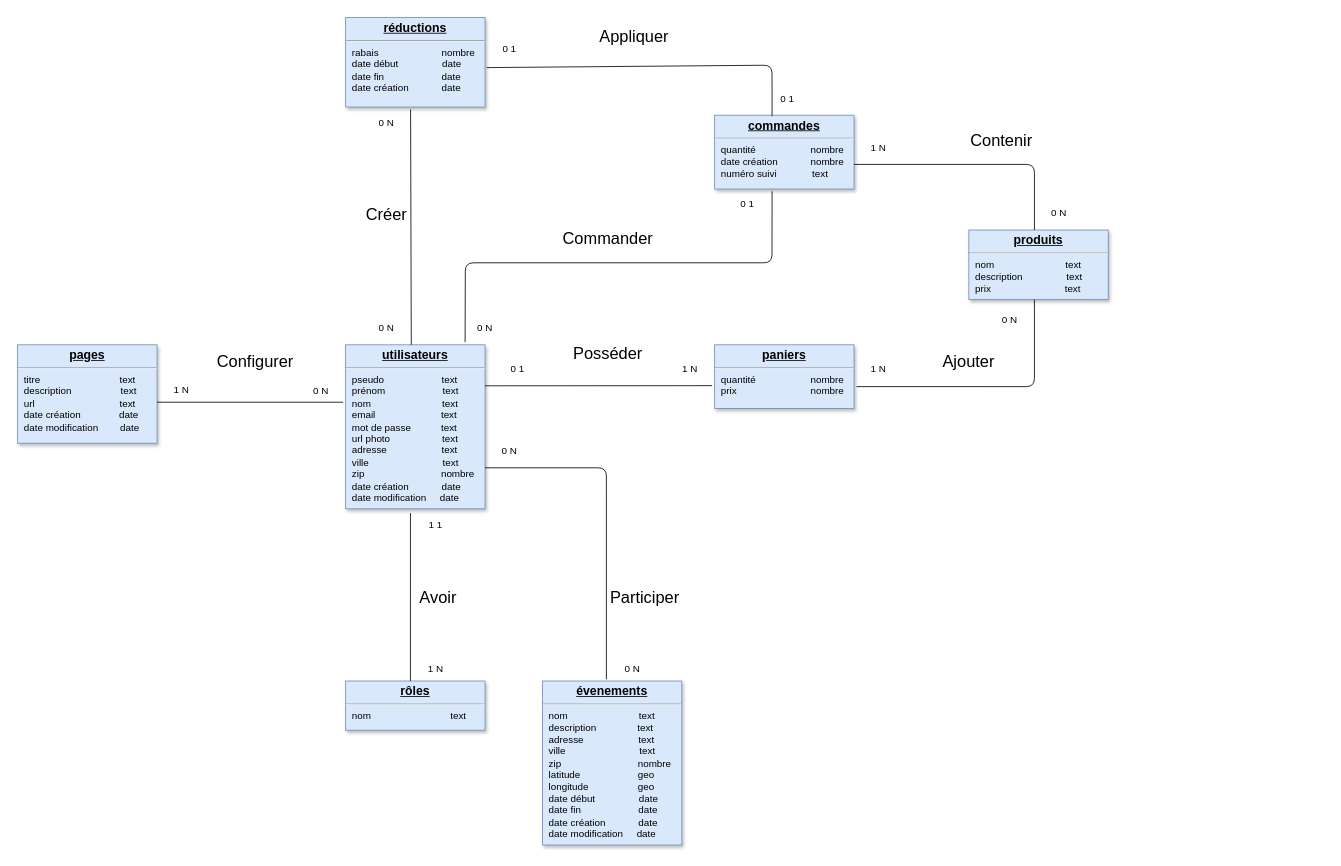
besSejrani/MA-08 keeps this draw.io diagram as Sql/MCD Snowboard.drawio. Above is the earlier version. Source tidied: cells renumbered, new cells numbered last; positions are measured from the earlier drawing's top-left corner, leaving out a move shared by most shapes. Both pictures are drawn from the tidied source at 82%, with x=0, y=0 at pixel (17, 17).
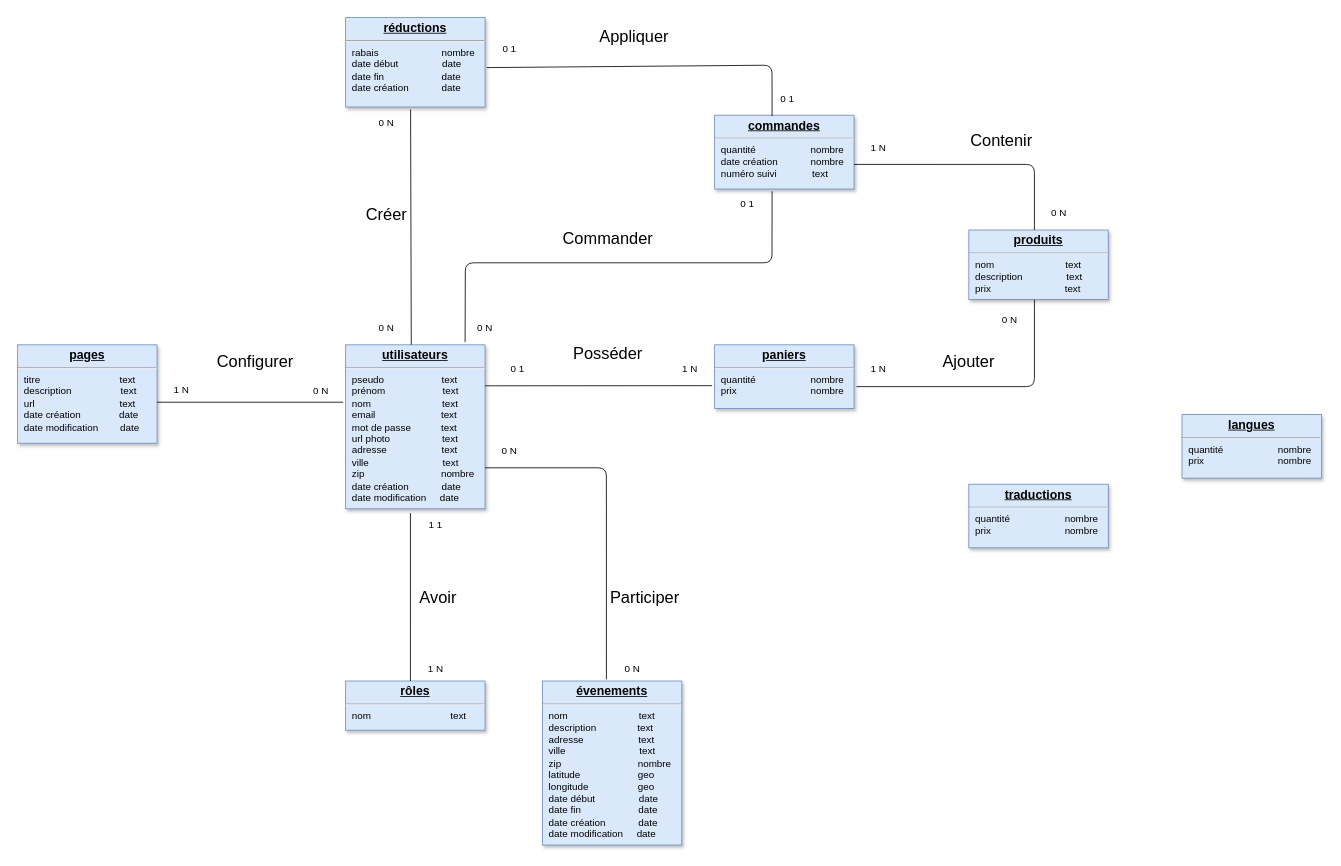
After the change.

The edit, as a diff of the source:
```diff
@@
+    <mxCell id="46" value="&lt;p style=&quot;margin: 0px ; margin-top: 4px ; text-align: center ; text-decoration: underline&quot;&gt;&lt;span style=&quot;font-size: 15px&quot;&gt;&lt;b&gt;traductions&lt;/b&gt;&lt;/span&gt;&lt;/p&gt;&lt;hr&gt;&lt;p style=&quot;margin: 0px ; margin-left: 8px&quot;&gt;quantité&amp;nbsp; &amp;nbsp; &amp;nbsp; &amp;nbsp; &amp;nbsp; &amp;nbsp; &amp;nbsp; &amp;nbsp; &amp;nbsp; &amp;nbsp; nombre&lt;/p&gt;&lt;p style=&quot;margin: 0px ; margin-left: 8px&quot;&gt;prix&amp;nbsp; &amp;nbsp; &amp;nbsp; &amp;nbsp; &amp;nbsp; &amp;nbsp; &amp;nbsp; &amp;nbsp; &amp;nbsp; &amp;nbsp; &amp;nbsp; &amp;nbsp; &amp;nbsp; &amp;nbsp;nombre&lt;/p&gt;" style="verticalAlign=top;align=left;overflow=fill;fontSize=12;fontFamily=Helvetica;html=1;strokeColor=#6c8ebf;shadow=1;fillColor=#dae8fc;" parent="1" vertex="1">
+      <mxGeometry x="1160" y="569" width="170" height="77.6" as="geometry" />
+    </mxCell>
+    <mxCell id="47" value="&lt;p style=&quot;margin: 0px ; margin-top: 4px ; text-align: center ; text-decoration: underline&quot;&gt;&lt;span style=&quot;font-size: 15px&quot;&gt;&lt;b&gt;langues&lt;/b&gt;&lt;/span&gt;&lt;/p&gt;&lt;hr&gt;&lt;p style=&quot;margin: 0px ; margin-left: 8px&quot;&gt;quantité&amp;nbsp; &amp;nbsp; &amp;nbsp; &amp;nbsp; &amp;nbsp; &amp;nbsp; &amp;nbsp; &amp;nbsp; &amp;nbsp; &amp;nbsp; nombre&lt;/p&gt;&lt;p style=&quot;margin: 0px ; margin-left: 8px&quot;&gt;prix&amp;nbsp; &amp;nbsp; &amp;nbsp; &amp;nbsp; &amp;nbsp; &amp;nbsp; &amp;nbsp; &amp;nbsp; &amp;nbsp; &amp;nbsp; &amp;nbsp; &amp;nbsp; &amp;nbsp; &amp;nbsp;nombre&lt;/p&gt;" style="verticalAlign=top;align=left;overflow=fill;fontSize=12;fontFamily=Helvetica;html=1;strokeColor=#6c8ebf;shadow=1;fillColor=#dae8fc;" parent="1" vertex="1">
+      <mxGeometry x="1420" y="484" width="170" height="77.6" as="geometry" />
+    </mxCell>
```
